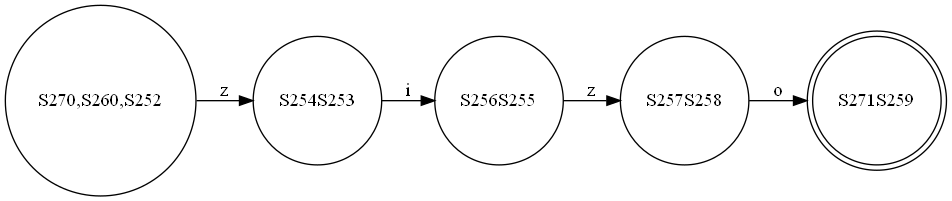
Earlier version of the Graphviz export finalCode/test-output/round-table.gv.png (abdelazizSalah/RegExp_NFA_DFA_DFAMinimization). Its source is kept beside it as finalCode/test-output/round-table.gv.
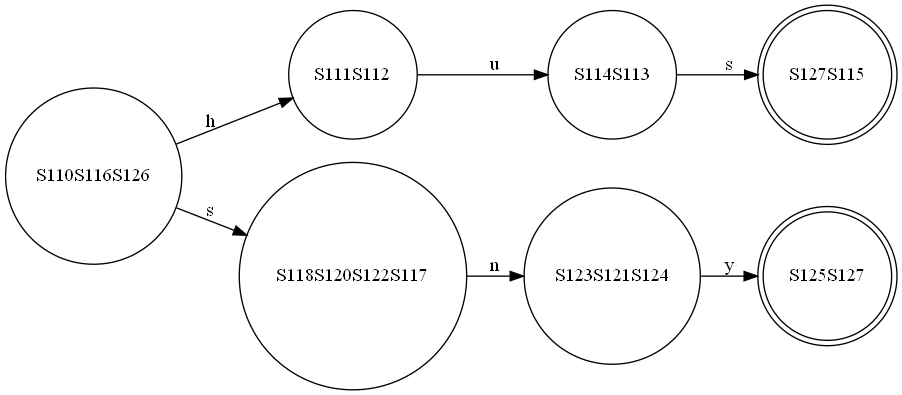
Above is the later version.

The edit, as a diff of the source:
```diff
@@ -1,12 +1,16 @@
 digraph {
 	graph [rankdir=LR]
-	"S270,S260,S252" [label="S270,S260,S252" shape=circle]
-	"S270,S260,S252" -> S254S253 [label=z]
-	S254S253 [label=S254S253 shape=circle]
-	S254S253 -> S256S255 [label=i]
-	S256S255 [label=S256S255 shape=circle]
-	S256S255 -> S257S258 [label=z]
-	S257S258 [label=S257S258 shape=circle]
-	S257S258 -> S271S259 [label=o]
-	S271S259 [label=S271S259 shape=doublecircle]
+	S110S116S126 [label=S110S116S126 shape=circle]
+	S110S116S126 -> S111S112 [label=h]
+	S110S116S126 -> S118S120S122S117 [label=s]
+	S111S112 [label=S111S112 shape=circle]
+	S111S112 -> S114S113 [label=u]
+	S118S120S122S117 [label=S118S120S122S117 shape=circle]
+	S118S120S122S117 -> S123S121S124 [label=n]
+	S114S113 [label=S114S113 shape=circle]
+	S114S113 -> S127S115 [label=s]
+	S123S121S124 [label=S123S121S124 shape=circle]
+	S123S121S124 -> S125S127 [label=y]
+	S127S115 [label=S127S115 shape=doublecircle]
+	S125S127 [label=S125S127 shape=doublecircle]
 }
```
